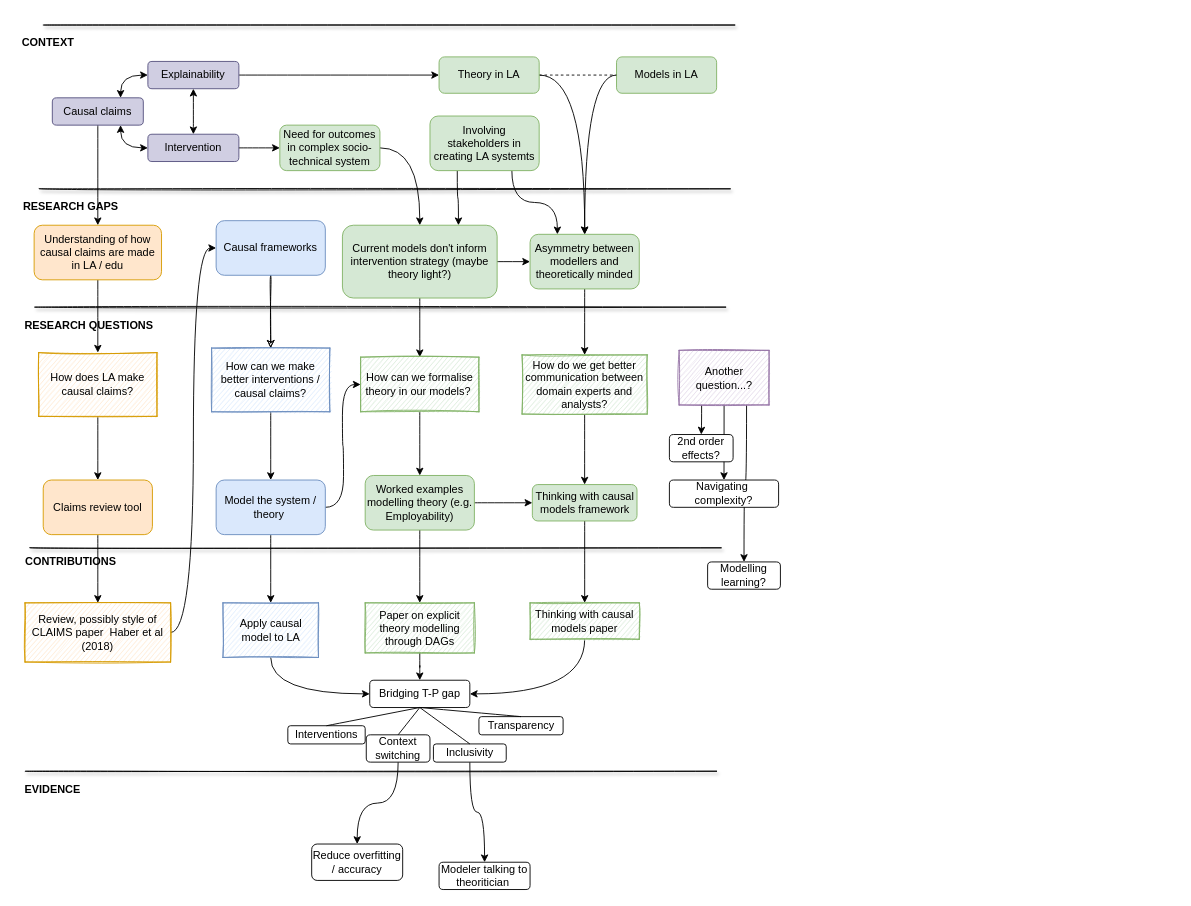
benwhicks/phd keeps this draw.io diagram as page "Page-2" (2 of 2) of Thesis diagram 8.drawio. Above is the earlier version. Source tidied: cells renumbered, new cells numbered last; positions are measured from the earlier drawing's top-left corner, leaving out a move shared by most shapes. Both pictures are drawn from the tidied source at 91%, with x=0, y=0 at pixel (15, 25).
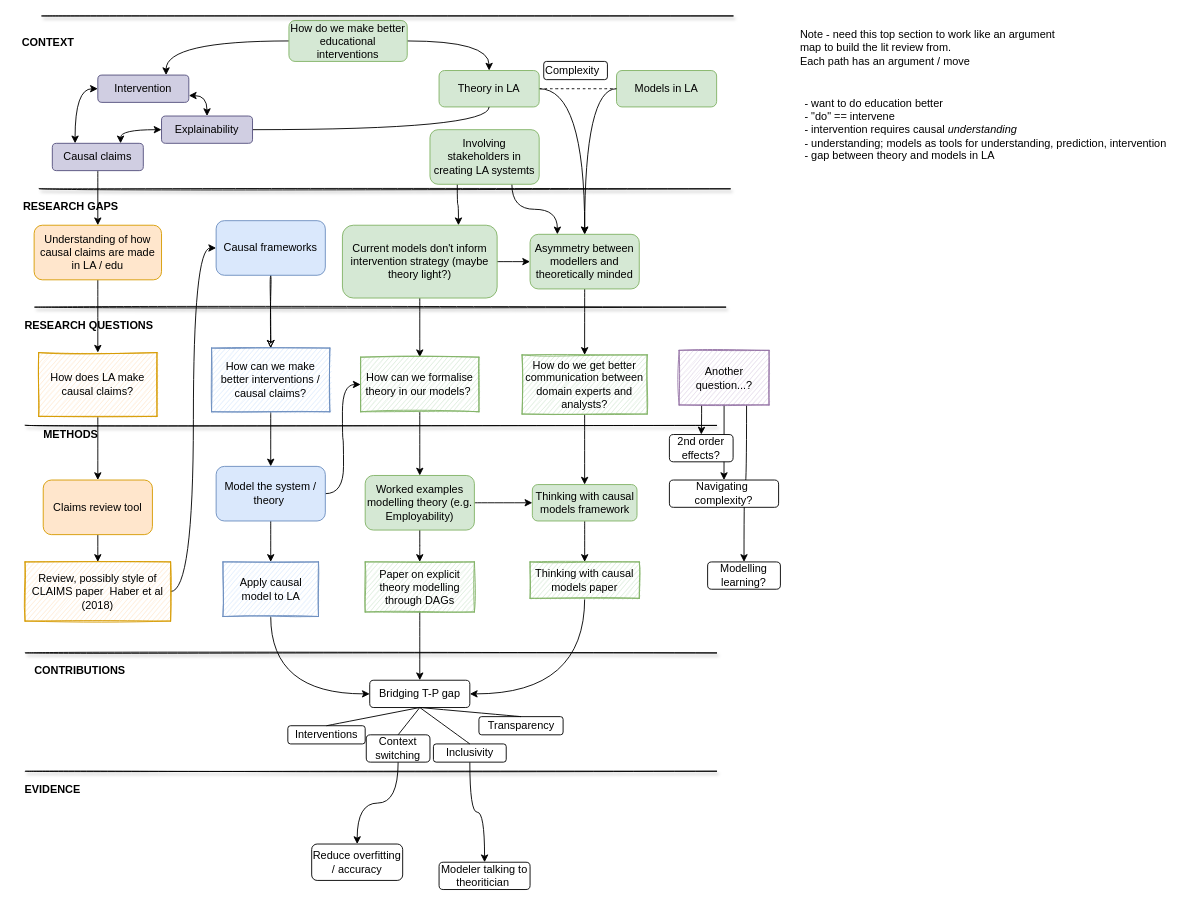
Above is the later version.

Unchanged cells that the change refers to:
```xml
<mxCell id="11" value="Current models don't inform intervention strategy (maybe theory light?)" style="rounded=1;whiteSpace=wrap;html=1;fillColor=#d5e8d4;strokeColor=#82b366;" parent="1" vertex="1">
  <mxGeometry x="358.8" y="220" width="170" height="80" as="geometry" />
</mxCell>
```

Diff of the diagram source:
```diff
@@
     <mxCell id="15" value="Models in LA" style="rounded=1;whiteSpace=wrap;html=1;fillColor=#d5e8d4;strokeColor=#82b366;" parent="1" vertex="1">
-      <mxGeometry x="660" y="35" width="110" height="40" as="geometry" />
+      <mxGeometry x="660" y="50" width="110" height="40" as="geometry" />
     </mxCell>
@@
     <mxCell id="18" value="Theory in LA" style="rounded=1;whiteSpace=wrap;html=1;fillColor=#d5e8d4;strokeColor=#82b366;" parent="1" vertex="1">
-      <mxGeometry x="465" y="35" width="110" height="40" as="geometry" />
+      <mxGeometry x="465" y="50" width="110" height="40" as="geometry" />
     </mxCell>
@@
     <mxCell id="24" value="CONTRIBUTIONS" style="text;html=1;align=center;verticalAlign=middle;strokeColor=none;fillColor=none;fontStyle=1;" parent="1" vertex="1">
-      <mxGeometry y="580" width="120" height="20" as="geometry" />
+      <mxGeometry x="10" y="700" width="120" height="20" as="geometry" />
     </mxCell>
@@
-    <mxCell id="32" style="edgeStyle=orthogonalEdgeStyle;curved=1;rounded=0;sketch=0;jettySize=auto;html=1;exitX=1;exitY=0.5;exitDx=0;exitDy=0;" parent="1" edge="1" source="33" target="11">
-      <mxGeometry relative="1" as="geometry" />
-    </mxCell>
+    <mxCell id="86" style="edgeStyle=orthogonalEdgeStyle;rounded=0;jettySize=auto;html=1;exitX=0;exitY=0.5;exitDx=0;exitDy=0;entryX=0.75;entryY=0;entryDx=0;entryDy=0;startArrow=none;startFill=0;endArrow=classic;endFill=1;curved=1;" parent="1" edge="1" source="33" target="55">
+      <mxGeometry relative="1" as="geometry" />
+    </mxCell>
+    <mxCell id="87" style="edgeStyle=orthogonalEdgeStyle;curved=1;rounded=0;jettySize=auto;html=1;exitX=1;exitY=0.5;exitDx=0;exitDy=0;entryX=0.5;entryY=0;entryDx=0;entryDy=0;startArrow=none;startFill=0;endArrow=classic;endFill=1;" parent="1" edge="1" source="33" target="18">
+      <mxGeometry relative="1" as="geometry" />
+    </mxCell>
-    <mxCell id="33" value="Need for outcomes in complex socio-technical system" style="rounded=1;whiteSpace=wrap;html=1;fillColor=#d5e8d4;strokeColor=#82b366;" parent="1" vertex="1">
-      <mxGeometry x="290" y="110" width="110" height="50" as="geometry" />
+    <mxCell id="33" value="How do we make better educational interventions" style="rounded=1;whiteSpace=wrap;html=1;fillColor=#d5e8d4;strokeColor=#82b366;" parent="1" vertex="1">
+      <mxGeometry x="300" y="-5" width="130" height="45" as="geometry" />
     </mxCell>
@@
     <mxCell id="38" value="Model the system / theory&amp;nbsp;" style="rounded=1;whiteSpace=wrap;html=1;sketch=0;shadow=0;glass=0;fillColor=#dae8fc;strokeColor=#6c8ebf;" parent="1" vertex="1">
-      <mxGeometry x="220" y="500" width="120" height="60" as="geometry" />
+      <mxGeometry x="220" y="485" width="120" height="60" as="geometry" />
     </mxCell>
@@
     <mxCell id="40" value="Apply causal model to LA" style="rounded=0;whiteSpace=wrap;html=1;sketch=1;fillColor=#dae8fc;strokeColor=#6c8ebf;" parent="1" vertex="1">
-      <mxGeometry x="227.5" y="635" width="105" height="60" as="geometry" />
+      <mxGeometry x="227.5" y="590" width="105" height="60" as="geometry" />
     </mxCell>
@@
     <mxCell id="47" value="Review, possibly style of CLAIMS paper&amp;nbsp; Haber et al (2018)" style="rounded=0;whiteSpace=wrap;html=1;fillColor=#ffe6cc;strokeColor=#d79b00;sketch=1;" parent="1" vertex="1">
-      <mxGeometry x="10" y="635" width="160" height="65" as="geometry" />
+      <mxGeometry x="10" y="590" width="160" height="65" as="geometry" />
     </mxCell>
@@
     <mxCell id="54" value="Causal claims" style="rounded=1;whiteSpace=wrap;html=1;fillColor=#d0cee2;shadow=0;glass=0;sketch=0;strokeColor=#56517e;" parent="1" vertex="1">
-      <mxGeometry x="40" y="80" width="100" height="30" as="geometry" />
+      <mxGeometry x="40" y="130" width="100" height="30" as="geometry" />
     </mxCell>
     <mxCell id="55" value="Intervention" style="rounded=1;whiteSpace=wrap;html=1;fillColor=#d0cee2;shadow=0;glass=0;sketch=0;strokeColor=#56517e;" parent="1" vertex="1">
-      <mxGeometry x="145" y="120" width="100" height="30" as="geometry" />
+      <mxGeometry x="90" y="55" width="100" height="30" as="geometry" />
     </mxCell>
-    <mxCell id="56" style="edgeStyle=orthogonalEdgeStyle;curved=1;rounded=0;sketch=0;jettySize=auto;html=1;exitX=1;exitY=0.5;exitDx=0;exitDy=0;entryX=0;entryY=0.5;entryDx=0;entryDy=0;" parent="1" edge="1" source="55" target="33">
-      <mxGeometry relative="1" as="geometry" />
-    </mxCell>
-    <mxCell id="57" style="edgeStyle=orthogonalEdgeStyle;curved=1;rounded=0;sketch=0;jettySize=auto;html=1;exitX=1;exitY=0.5;exitDx=0;exitDy=0;" parent="1" edge="1" source="58" target="18">
+    <mxCell id="57" style="edgeStyle=orthogonalEdgeStyle;curved=1;rounded=0;sketch=0;jettySize=auto;html=1;exitX=1;exitY=0.5;exitDx=0;exitDy=0;startArrow=none;startFill=0;endArrow=none;endFill=0;" parent="1" edge="1" source="58" target="18">
       <mxGeometry relative="1" as="geometry" />
     </mxCell>
     <mxCell id="58" value="Explainability" style="rounded=1;whiteSpace=wrap;html=1;fillColor=#d0cee2;shadow=0;glass=0;sketch=0;strokeColor=#56517e;" parent="1" vertex="1">
-      <mxGeometry x="145" y="40" width="100" height="30" as="geometry" />
+      <mxGeometry x="160" y="100" width="100" height="30" as="geometry" />
     </mxCell>
-    <mxCell id="59" style="endArrow=classic;startArrow=classic;html=1;rounded=0;exitX=0.5;exitY=0;exitDx=0;exitDy=0;entryX=0.5;entryY=1;entryDx=0;entryDy=0;edgeStyle=orthogonalEdgeStyle;curved=1;" parent="1" edge="1" source="55" target="58">
+    <mxCell id="59" style="endArrow=classic;startArrow=classic;html=1;rounded=0;exitX=1;exitY=0.75;exitDx=0;exitDy=0;entryX=0.5;entryY=0;entryDx=0;entryDy=0;edgeStyle=orthogonalEdgeStyle;curved=1;" parent="1" edge="1" source="55" target="58">
       <mxGeometry relative="1" as="geometry" />
     </mxCell>
-    <mxCell id="60" style="endArrow=classic;startArrow=classic;html=1;rounded=0;exitX=0;exitY=0.5;exitDx=0;exitDy=0;entryX=0.75;entryY=1;entryDx=0;entryDy=0;edgeStyle=orthogonalEdgeStyle;curved=1;" parent="1" edge="1" source="55" target="54">
+    <mxCell id="60" style="endArrow=classic;startArrow=classic;html=1;rounded=0;exitX=0;exitY=0.5;exitDx=0;exitDy=0;entryX=0.25;entryY=0;entryDx=0;entryDy=0;edgeStyle=orthogonalEdgeStyle;curved=1;" parent="1" edge="1" source="55" target="54">
       <mxGeometry relative="1" as="geometry" />
     </mxCell>
@@
     <mxCell id="72" value="Involving stakeholders in creating LA systemts" style="rounded=1;whiteSpace=wrap;html=1;fillColor=#d5e8d4;strokeColor=#82b366;" parent="1" vertex="1">
-      <mxGeometry x="455" y="100" width="120" height="60" as="geometry" />
+      <mxGeometry x="455" y="115" width="120" height="60" as="geometry" />
     </mxCell>
@@
     <mxCell id="74" value="Thinking with causal models paper" style="whiteSpace=wrap;html=1;rounded=0;shadow=0;glass=0;sketch=1;fillColor=#d5e8d4;strokeColor=#82b366;" parent="1" vertex="1">
-      <mxGeometry x="565" y="635" width="120" height="40" as="geometry" />
+      <mxGeometry x="565" y="590" width="120" height="40" as="geometry" />
     </mxCell>
@@
     <mxCell id="76" value="Paper on explicit theory modelling through DAGs" style="whiteSpace=wrap;html=1;rounded=0;shadow=0;glass=0;sketch=1;fillColor=#d5e8d4;strokeColor=#82b366;" parent="1" vertex="1">
-      <mxGeometry x="383.8" y="635" width="120" height="55" as="geometry" />
+      <mxGeometry x="383.8" y="590" width="120" height="55" as="geometry" />
     </mxCell>
@@
     <mxCell id="81" style="endArrow=none;html=1;rounded=0;sketch=1;curved=1;shadow=1;" parent="1" edge="1">
       <mxGeometry relative="1" as="geometry">
-        <mxPoint x="30" as="sourcePoint" />
-        <mxPoint x="790" as="targetPoint" />
+        <mxPoint x="28.1" y="-10" as="sourcePoint" />
+        <mxPoint x="788.1" y="-10" as="targetPoint" />
       </mxGeometry>
     </mxCell>
@@
     <mxCell id="84" style="endArrow=none;html=1;rounded=0;sketch=1;curved=1;shadow=1;" parent="1" edge="1">
       <mxGeometry relative="1" as="geometry">
-        <mxPoint x="15" y="574.5" as="sourcePoint" />
-        <mxPoint x="775" y="574.5" as="targetPoint" />
+        <mxPoint x="10" y="440" as="sourcePoint" />
+        <mxPoint x="770" y="440" as="targetPoint" />
       </mxGeometry>
     </mxCell>
@@
+    <mxCell id="88" value="METHODS" style="text;html=1;align=center;verticalAlign=middle;strokeColor=none;fillColor=none;fontStyle=1;" parent="1" vertex="1">
+      <mxGeometry x="20" y="440" width="80" height="20" as="geometry" />
+    </mxCell>
+    <mxCell id="89" style="endArrow=none;html=1;rounded=0;sketch=1;curved=1;shadow=1;" parent="1" edge="1">
+      <mxGeometry relative="1" as="geometry">
+        <mxPoint x="10" y="690" as="sourcePoint" />
+        <mxPoint x="770" y="690" as="targetPoint" />
+      </mxGeometry>
+    </mxCell>
+    <mxCell id="90" value="Note - need this top section to work like an argument &lt;br&gt;map to build the lit review from.&lt;br&gt;Each path has an argument / move" style="text;html=1;align=left;verticalAlign=middle;strokeColor=none;fillColor=none;" parent="1" vertex="1">
+      <mxGeometry x="860" width="300" height="50" as="geometry" />
+    </mxCell>
+    <mxCell id="91" value="- want to do education better&lt;br&gt;- &quot;do&quot; == intervene&lt;br&gt;- intervention requires causal &lt;i&gt;understanding&lt;/i&gt;&lt;br&gt;- understanding; models as tools for understanding, prediction, intervention&lt;br&gt;- gap between theory and models in LA" style="text;html=1;align=left;verticalAlign=middle;strokeColor=none;fillColor=none;" parent="1" vertex="1">
+      <mxGeometry x="865" y="80" width="410" height="70" as="geometry" />
+    </mxCell>
+    <mxCell id="92" value="Complexity" style="rounded=1;whiteSpace=wrap;html=1;align=left;" parent="1" vertex="1">
+      <mxGeometry x="580" y="40" width="70" height="20" as="geometry" />
+    </mxCell>
```
